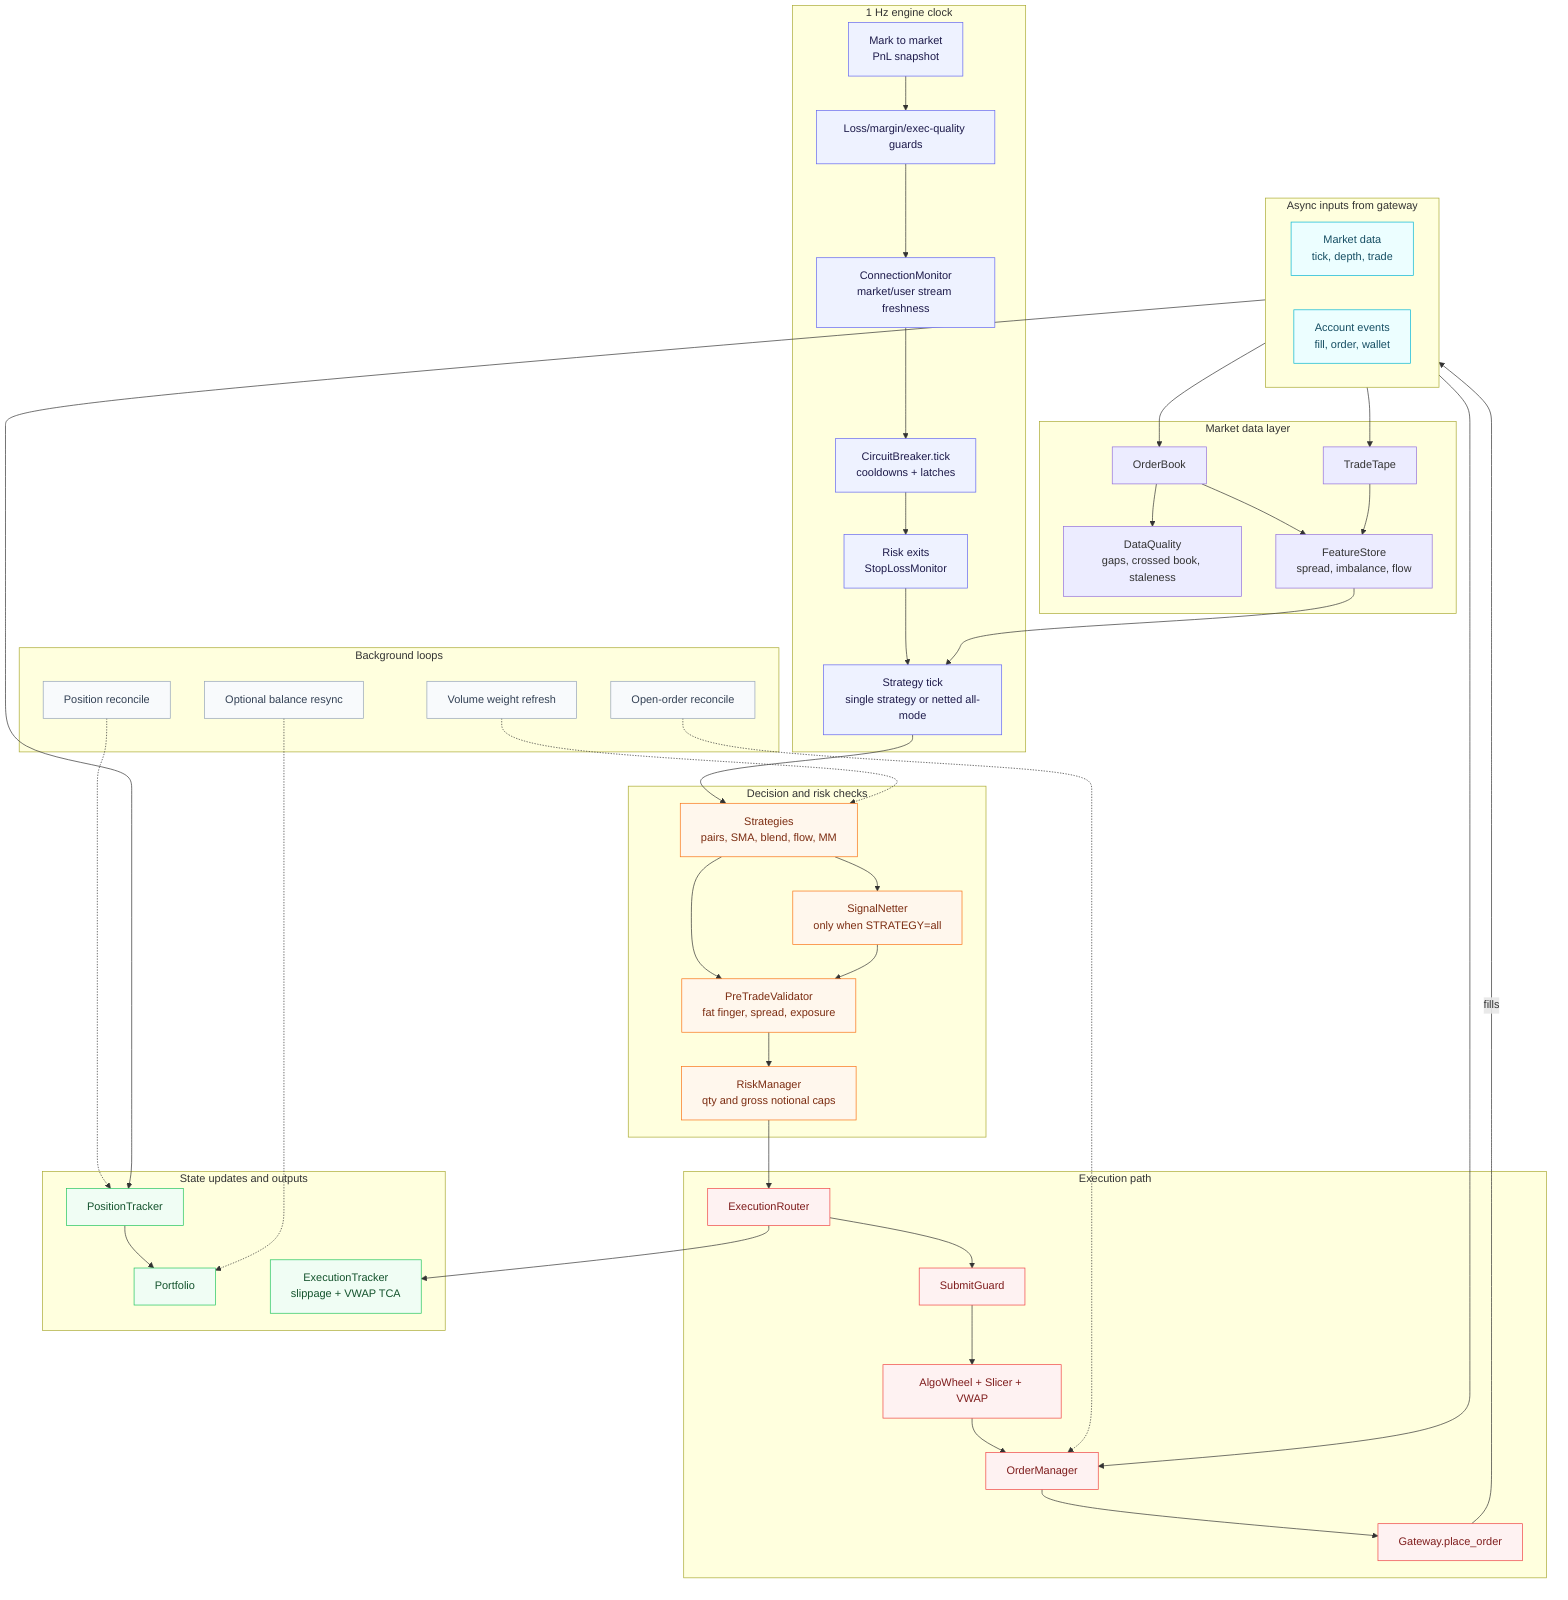
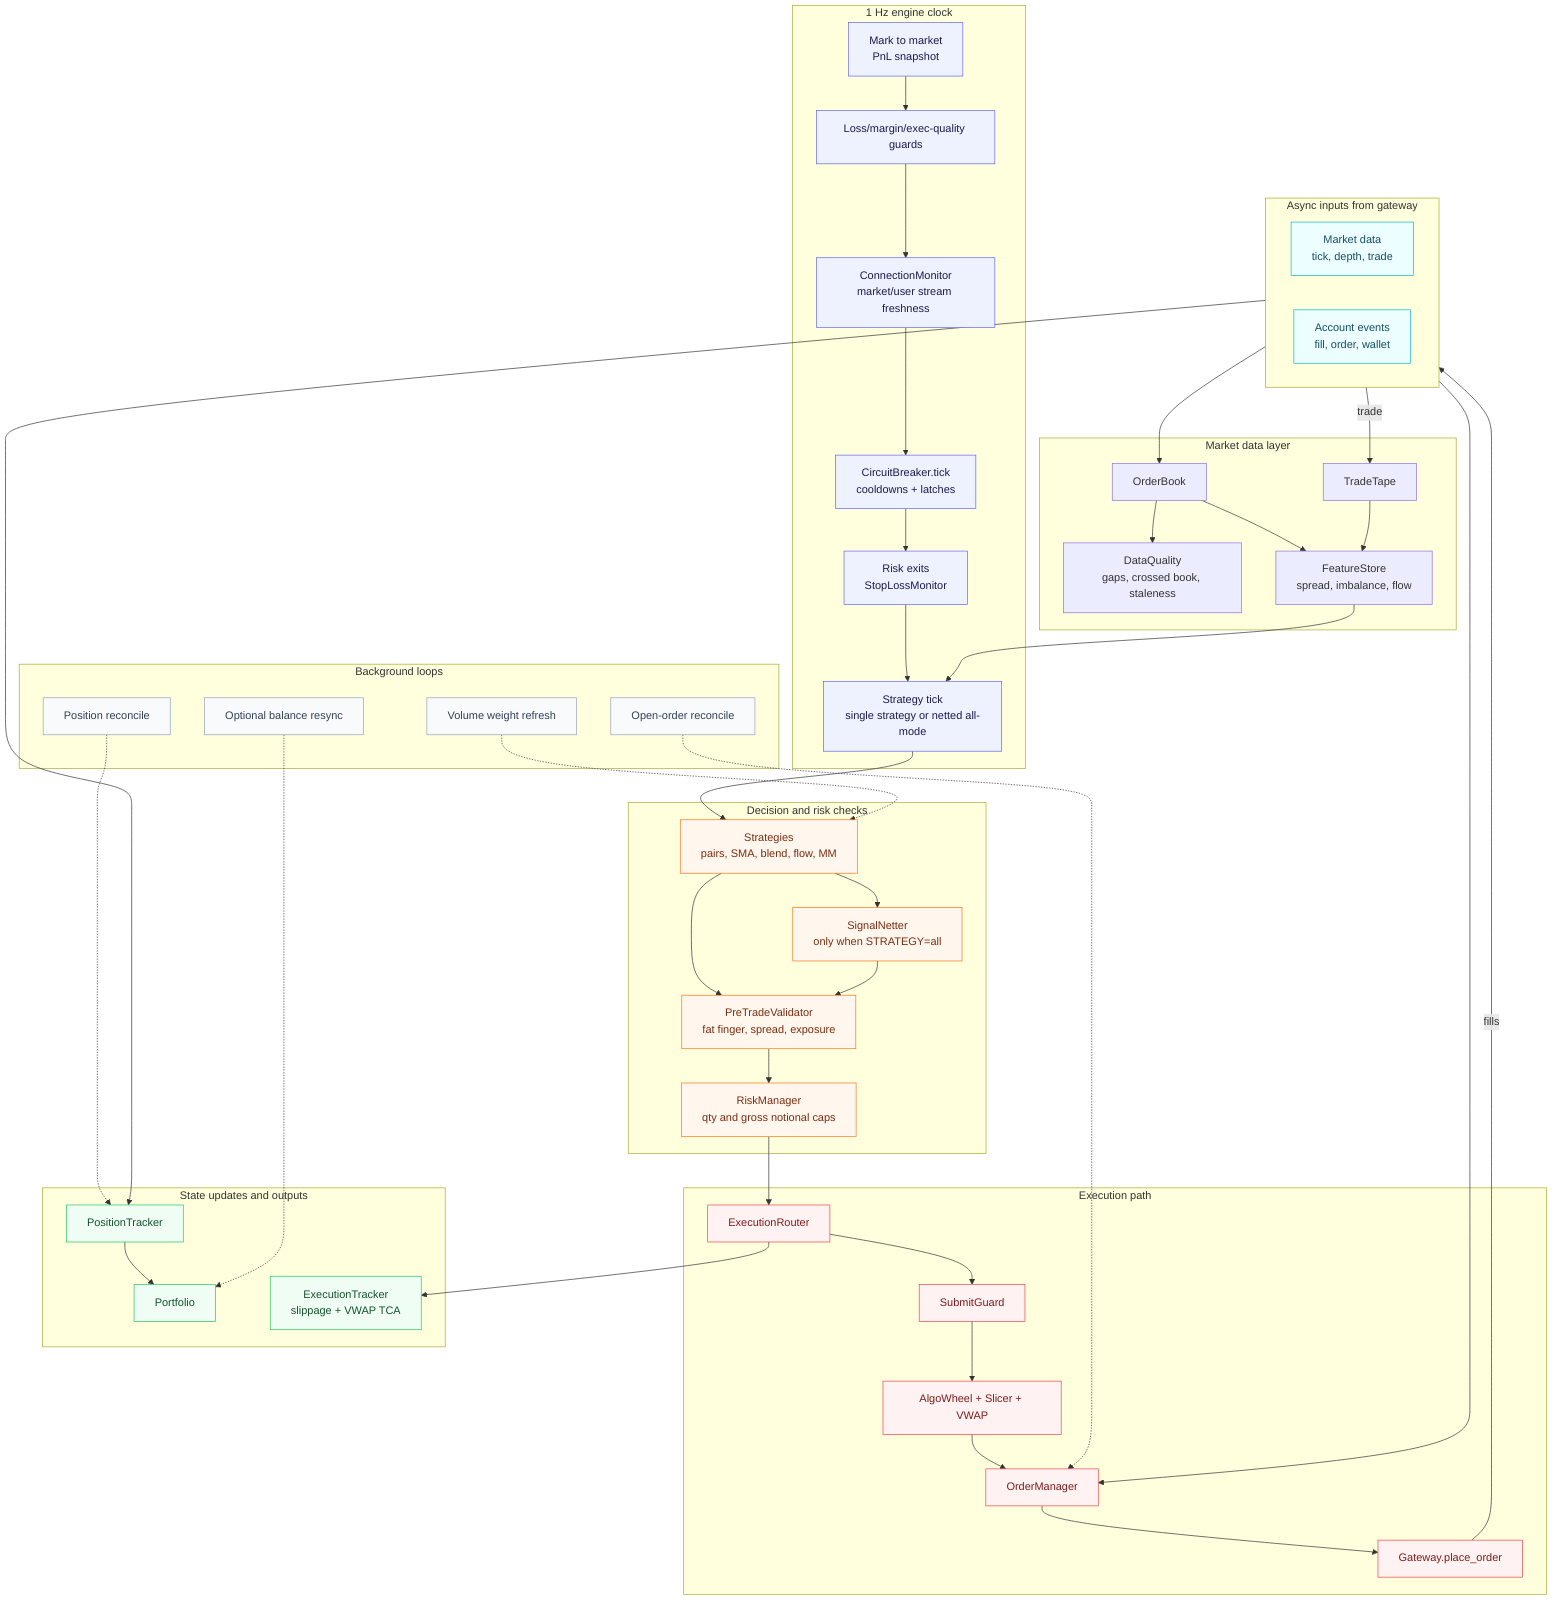
%% Per-tick and per-callback paths inside engine/
flowchart TB
    subgraph Inputs["Async inputs from gateway"]
        direction LR
        MDIN["Market data<br/>tick, depth, trade"]
        ACCT["Account events<br/>fill, order, wallet"]
    end

    subgraph MarketData["Market data layer"]
        OB["OrderBook"]
        TAPE["TradeTape"]
        QUALITY["DataQuality<br/>gaps, crossed book, staleness"]
        FEATURES["FeatureStore<br/>spread, imbalance, flow"]
        MDIN --> OB
-         MDIN --> TAPE
+         MDIN -->|"trade"| TAPE
        OB --> QUALITY
        OB --> FEATURES
        TAPE --> FEATURES
    end

    subgraph Clock["1 Hz engine clock"]
        MTM["Mark to market<br/>PnL snapshot"]
        GUARDS["Loss/margin/exec-quality guards"]
        HEALTH["ConnectionMonitor<br/>market/user stream freshness"]
        BREAKER["CircuitBreaker.tick<br/>cooldowns + latches"]
        EXITS["Risk exits<br/>StopLossMonitor"]
        SIGNALS["Strategy tick<br/>single strategy or netted all-mode"]
        MTM --> GUARDS --> HEALTH --> BREAKER --> EXITS --> SIGNALS
    end

    subgraph Decision["Decision and risk checks"]
        STRATEGY["Strategies<br/>pairs, SMA, blend, flow, MM"]
        NETTER["SignalNetter<br/>only when STRATEGY=all"]
        PRETRADE["PreTradeValidator<br/>fat finger, spread, exposure"]
        RISK["RiskManager<br/>qty and gross notional caps"]
        STRATEGY --> NETTER
        STRATEGY --> PRETRADE
        NETTER --> PRETRADE --> RISK
    end

    subgraph Execution["Execution path"]
        ROUTER["ExecutionRouter"]
        GUARD["SubmitGuard"]
        ALGOS["AlgoWheel + Slicer + VWAP"]
        OMS["OrderManager"]
        GATEWAY["Gateway.place_order"]
        ROUTER --> GUARD --> ALGOS --> OMS --> GATEWAY
    end

    subgraph State["State updates and outputs"]
        POS["PositionTracker"]
        PORT["Portfolio"]
        TCA["ExecutionTracker<br/>slippage + VWAP TCA"]
        POS --> PORT
    end

    FEATURES --> SIGNALS --> STRATEGY
    RISK --> ROUTER
    ROUTER --> TCA
    GATEWAY -->|"fills"| ACCT
    ACCT --> POS
    ACCT --> OMS

    subgraph Background["Background loops"]
        RECON["Position reconcile"]
        OREC["Open-order reconcile"]
        VOL["Volume weight refresh"]
        BAL["Optional balance resync"]
    end

    RECON -.-> POS
    OREC -.-> OMS
    VOL -.-> STRATEGY
    BAL -.-> PORT

    classDef input fill:#ecfeff,stroke:#06b6d4,color:#164e63
    classDef clock fill:#eef2ff,stroke:#6366f1,color:#1e1b4b
    classDef decision fill:#fff7ed,stroke:#f97316,color:#7c2d12
    classDef exec fill:#fef2f2,stroke:#ef4444,color:#7f1d1d
    classDef state fill:#f0fdf4,stroke:#22c55e,color:#14532d
    classDef bg fill:#f8fafc,stroke:#94a3b8,color:#334155

    class MDIN,ACCT input
    class MTM,GUARDS,HEALTH,BREAKER,EXITS,SIGNALS clock
    class STRATEGY,NETTER,PRETRADE,RISK decision
    class ROUTER,GUARD,ALGOS,OMS,GATEWAY exec
    class POS,PORT,TCA state
    class RECON,OREC,VOL,BAL bg
